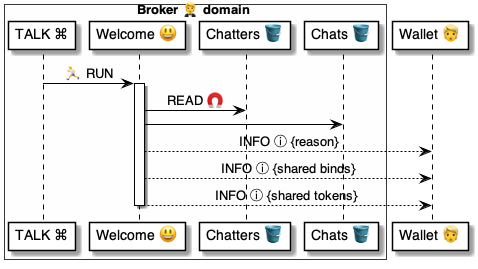
This is 4 ⚙️ Solution/20 🧑‍🦰 UI/Brokers 🤵/🤵😃 Broker talkers/Welcome 💬 talker/🤵 Welcome ⚙️ uml.png from pollyweb-org/pollyweb-docs, a PlantUML export, as it was before one commit. Its source is kept beside it as 4 ⚙️ Solution/20 🧑‍🦰 UI/Brokers 🤵/🤵😃 Broker talkers/Welcome 💬 talker/🤵 Welcome ⚙️ uml.puml. The source it was exported from:
```plantuml
@startuml PresentChat

box Broker 🤵 domain #FFFFFA
    participant "TALK ⌘" as cmd
    participant "Welcome 😃" as handler
    participant "Chatters 🪣" as chatters
    participant "Chats 🪣" as chats
end box

participant "Wallet 👱" as wallet

cmd -> handler: 🏃 RUN
activate handler
    handler -> chatters: READ 🧲
    handler -> chats:
    handler --> wallet: INFO ⓘ {reason}
    handler --> wallet: INFO ⓘ {shared binds}
    handler --> wallet: INFO ⓘ {shared tokens}
deactivate handler

@enduml
```
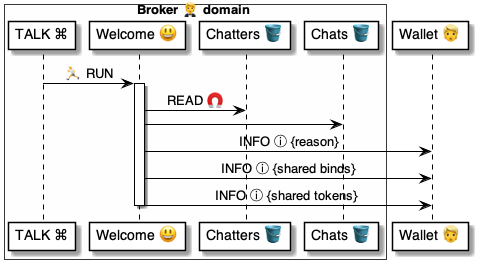
After the commit.

Diff of the diagram source:
```diff
@@ -13,9 +13,9 @@
 activate handler
     handler -> chatters: READ 🧲
     handler -> chats:
-    handler --> wallet: INFO ⓘ {reason}
-    handler --> wallet: INFO ⓘ {shared binds}
-    handler --> wallet: INFO ⓘ {shared tokens}
+    handler -> wallet: INFO ⓘ {reason}
+    handler -> wallet: INFO ⓘ {shared binds}
+    handler -> wallet: INFO ⓘ {shared tokens}
 deactivate handler
 
 @enduml
```
